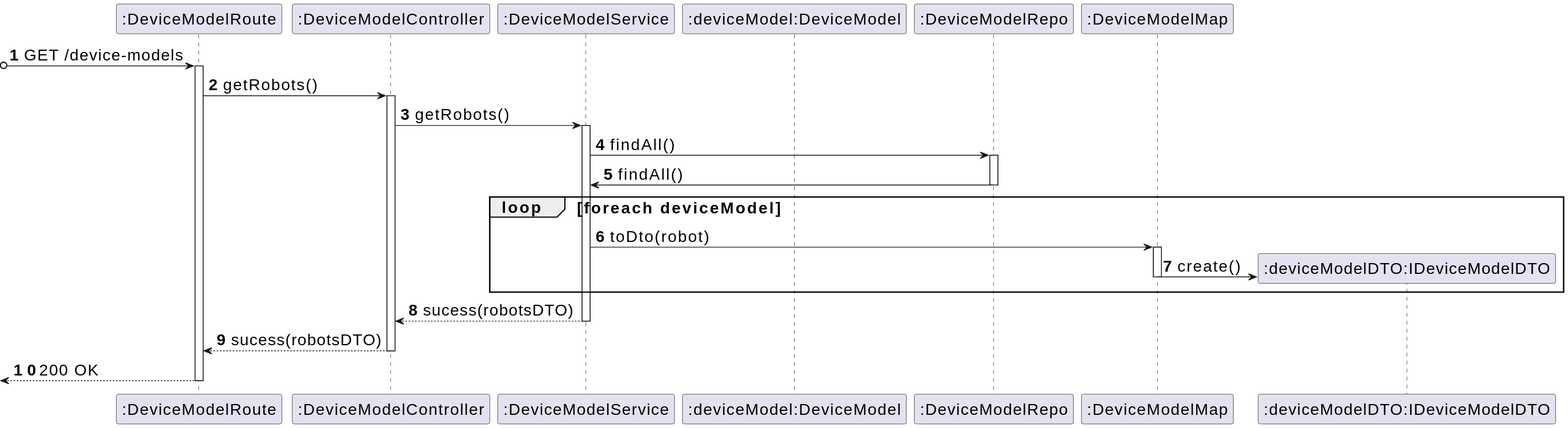
Before: _wiki/sprint-a/us21-380/views/level-3/assets/process-view.svg, a diagram exported from PlantUML (miseEnPlace-dev/lapr5).
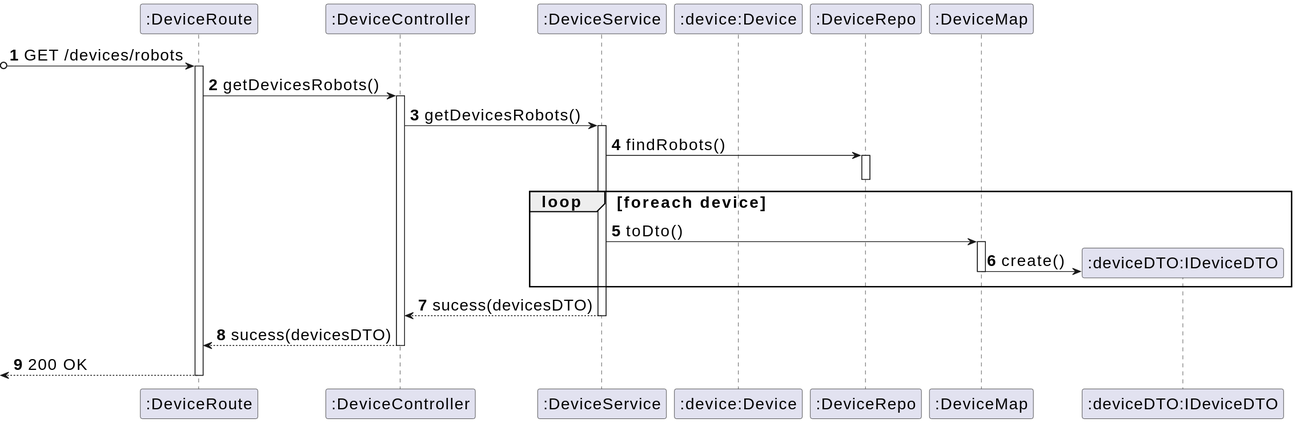
After the change.

Change to the diagram source:
```diff
@@ -1,34 +1,33 @@
 @startuml
 skinparamlocked defaultFontSize 20
 autonumber
-participant ROUTE as ":DeviceModelRoute"
-participant CTRL as ":DeviceModelController"
-participant SRV as ":DeviceModelService"
-participant BUILD as ":deviceModel:DeviceModel"
-participant REPO as ":DeviceModelRepo"
-participant MAP as ":DeviceModelMap"
-participant DTO as ":deviceModelDTO:IDeviceModelDTO"
+participant ROUTE as ":DeviceRoute"
+participant CTRL as ":DeviceController"
+participant SRV as ":DeviceService"
+participant BUILD as ":device:Device"
+participant REPO as ":DeviceRepo"
+participant MAP as ":DeviceMap"
+participant DTO as ":deviceDTO:IDeviceDTO"
 
-?o-> ROUTE : GET /device-models
+?o-> ROUTE : GET /devices/robots
 activate ROUTE
 
-ROUTE -> CTRL : getRobots()
+ROUTE -> CTRL : getDevicesRobots()
 activate CTRL
-CTRL -> SRV : getRobots()
+CTRL -> SRV : getDevicesRobots()
 activate SRV
-SRV-> REPO : findAll()
+SRV-> REPO : findRobots()
 activate REPO
-REPO -> SRV : findAll()
 deactivate REPO
-  loop foreach deviceModel
-    SRV -> MAP : toDto(robot)
+  loop foreach device
+    SRV -> MAP : toDto()
     activate MAP
     MAP -> DTO** : create()
     deactivate MAP
   end
-SRV --> CTRL : sucess(robotsDTO)
+SRV --> CTRL : sucess(devicesDTO)
 deactivate SRV
-CTRL --> ROUTE : sucess(robotsDTO)
+CTRL --> ROUTE : sucess(devicesDTO)
 deactivate CTRL
 <-- ROUTE : 200 OK
 deactivate ROUTE
```
